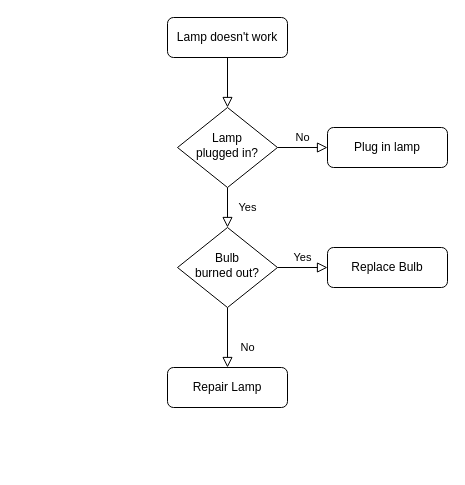
Above: Untitled Diagram.drawio in hooo/test (draw.io), before the change. Source tidied: cells renumbered, new cells numbered last; positions are measured from the earlier drawing's top-left corner, leaving out a move shared by most shapes. Both pictures are drawn from the tidied source at 100%, with x=0, y=0 at pixel (167, 17).
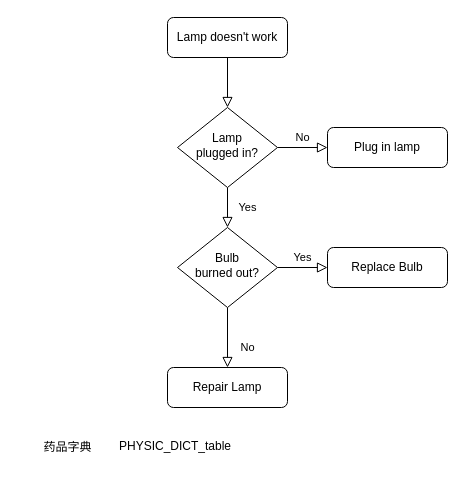
The same page after the edit.

Commit message:
药库系统流程图

Change to the diagram source:
```diff
@@
 <mxGraphModel>
   <root>
     <mxCell id="0" />
     <mxCell id="1" parent="0" />
     <mxCell id="2" style="rounded=0;html=1;jettySize=auto;fontSize=11;endArrow=block;endFill=0;endSize=8;strokeWidth=1;shadow=0;labelBackgroundColor=none;edgeStyle=orthogonalEdgeStyle;" parent="1" edge="1" source="3" target="6">
       <mxGeometry relative="1" as="geometry" />
     </mxCell>
     <mxCell id="3" value="Lamp doesn't work" style="rounded=1;whiteSpace=wrap;html=1;fontSize=12;glass=0;strokeWidth=1;shadow=0;" parent="1" vertex="1">
       <mxGeometry width="120" height="40" as="geometry" />
     </mxCell>
     <mxCell id="4" value="Yes" style="rounded=0;html=1;jettySize=auto;fontSize=11;endArrow=block;endFill=0;endSize=8;strokeWidth=1;shadow=0;labelBackgroundColor=none;edgeStyle=orthogonalEdgeStyle;" parent="1" edge="1" source="6" target="10">
       <mxGeometry y="20" relative="1" as="geometry" />
     </mxCell>
     <mxCell id="5" value="No" style="edgeStyle=orthogonalEdgeStyle;rounded=0;html=1;jettySize=auto;fontSize=11;endArrow=block;endFill=0;endSize=8;strokeWidth=1;shadow=0;labelBackgroundColor=none;" parent="1" edge="1" source="6" target="7">
       <mxGeometry y="10" relative="1" as="geometry" />
     </mxCell>
     <mxCell id="6" value="Lamp&lt;br&gt;plugged in?" style="rhombus;whiteSpace=wrap;html=1;shadow=0;fontFamily=Helvetica;fontSize=12;align=center;strokeWidth=1;spacing=6;spacingTop=-4;" parent="1" vertex="1">
       <mxGeometry x="10" y="90" width="100" height="80" as="geometry" />
     </mxCell>
     <mxCell id="7" value="Plug in lamp" style="rounded=1;whiteSpace=wrap;html=1;fontSize=12;glass=0;strokeWidth=1;shadow=0;" parent="1" vertex="1">
       <mxGeometry x="160" y="110" width="120" height="40" as="geometry" />
     </mxCell>
     <mxCell id="8" value="No" style="rounded=0;html=1;jettySize=auto;fontSize=11;endArrow=block;endFill=0;endSize=8;strokeWidth=1;shadow=0;labelBackgroundColor=none;edgeStyle=orthogonalEdgeStyle;" parent="1" edge="1" source="10" target="11">
       <mxGeometry x="0.33" y="20" relative="1" as="geometry" />
     </mxCell>
     <mxCell id="9" value="Yes" style="edgeStyle=orthogonalEdgeStyle;rounded=0;html=1;jettySize=auto;fontSize=11;endArrow=block;endFill=0;endSize=8;strokeWidth=1;shadow=0;labelBackgroundColor=none;" parent="1" edge="1" source="10" target="12">
       <mxGeometry y="10" relative="1" as="geometry" />
     </mxCell>
     <mxCell id="10" value="Bulb&lt;br&gt;burned out?" style="rhombus;whiteSpace=wrap;html=1;shadow=0;fontFamily=Helvetica;fontSize=12;align=center;strokeWidth=1;spacing=6;spacingTop=-4;" parent="1" vertex="1">
       <mxGeometry x="10" y="210" width="100" height="80" as="geometry" />
     </mxCell>
     <mxCell id="11" value="Repair Lamp" style="rounded=1;whiteSpace=wrap;html=1;fontSize=12;glass=0;strokeWidth=1;shadow=0;" parent="1" vertex="1">
       <mxGeometry y="350" width="120" height="40" as="geometry" />
     </mxCell>
     <mxCell id="12" value="Replace Bulb" style="rounded=1;whiteSpace=wrap;html=1;fontSize=12;glass=0;strokeWidth=1;shadow=0;" parent="1" vertex="1">
       <mxGeometry x="160" y="230" width="120" height="40" as="geometry" />
     </mxCell>
+    <mxCell id="13" value="药品字典" style="text;strokeColor=none;fillColor=none;html=1;fontSize=12;fontStyle=0;verticalAlign=middle;align=center;" parent="1" vertex="1">
+      <mxGeometry x="-150" y="410" width="100" height="40" as="geometry" />
+    </mxCell>
+    <mxCell id="14" value="PHYSIC_DICT_table" style="text;whiteSpace=wrap;html=1;fontSize=12;" parent="1" vertex="1">
+      <mxGeometry x="-50" y="415" width="140" height="30" as="geometry" />
+    </mxCell>
   </root>
 </mxGraphModel>
```
